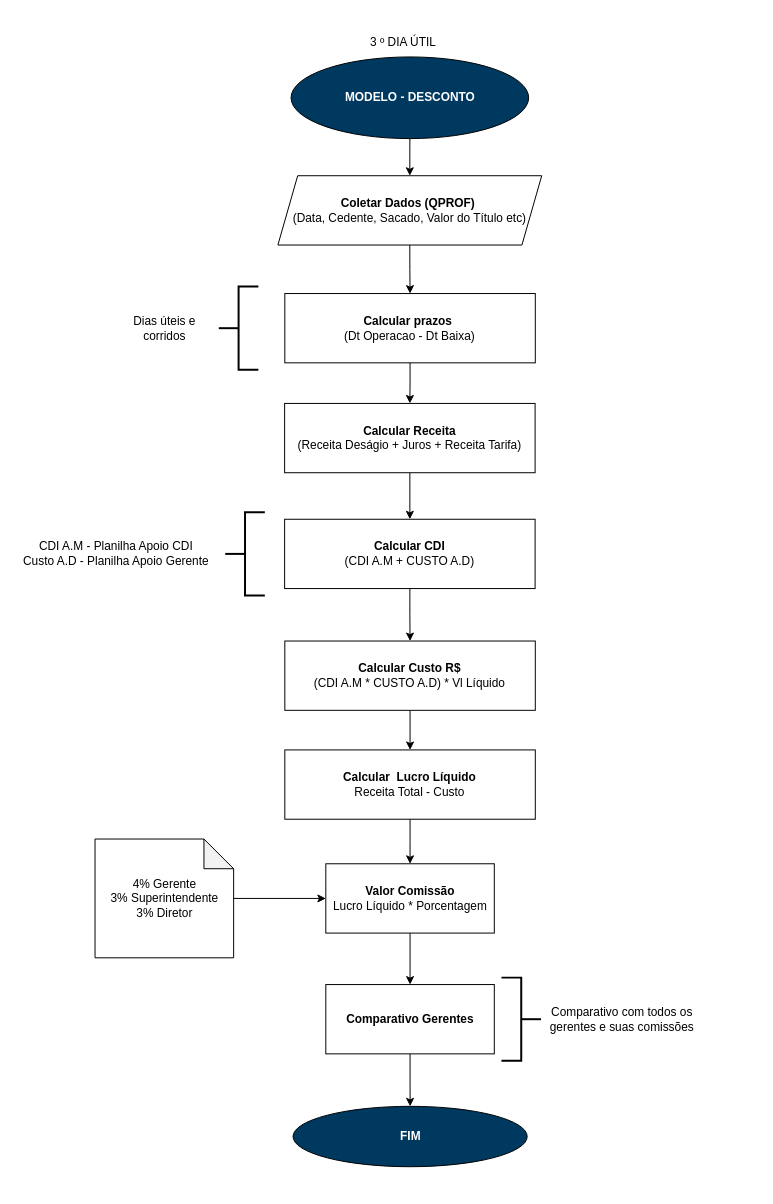
The draw.io diagram page "Desconto" (1 of 4) of FLUXOGRAMAS.drawio in henriquelima0/exercicios-fiap, before the edit. Source tidied: cells renumbered, new cells numbered last; positions are measured from the earlier drawing's top-left corner, leaving out a move shared by most shapes. Both pictures are drawn from the tidied source at 99%, with x=0, y=0 at pixel (17, 17).
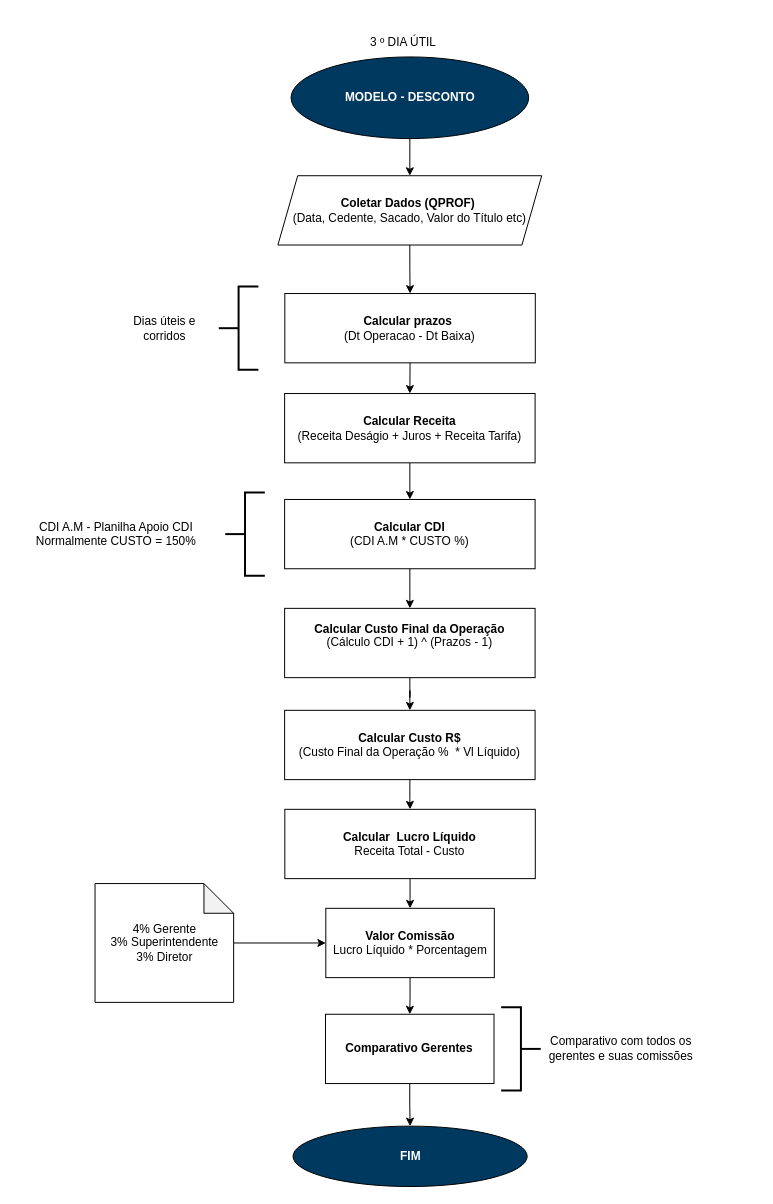
The same diagram, later.

What changed in the source:
```diff
@@
     <mxCell id="6" value="&lt;b&gt;Calcular Receita&lt;/b&gt;&lt;br&gt;(Receita Deságio + Juros + Receita Tarifa)" style="rounded=0;whiteSpace=wrap;html=1;" parent="1" vertex="1">
-      <mxGeometry x="270" y="390" width="253" height="70" as="geometry" />
+      <mxGeometry x="270" y="380" width="253" height="70" as="geometry" />
     </mxCell>
@@
-    <mxCell id="13" style="edgeStyle=orthogonalEdgeStyle;rounded=0;jettySize=auto;html=1;exitX=0.5;exitY=1;exitDx=0;exitDy=0;entryX=0.5;entryY=0;entryDx=0;entryDy=0;" parent="1" edge="1" source="29" target="15">
-      <mxGeometry relative="1" as="geometry" />
-    </mxCell>
@@
-    <mxCell id="15" value="&lt;div&gt;&lt;b&gt;Calcular Custo R$&lt;/b&gt;&lt;br&gt;(CDI A.M * CUSTO A.D) * Vl Líquido&lt;/div&gt;" style="rounded=0;whiteSpace=wrap;html=1;" parent="1" vertex="1">
-      <mxGeometry x="270.2" y="630" width="253" height="70" as="geometry" />
+    <mxCell id="15" value="&lt;div&gt;&lt;b&gt;Calcular Custo R$&lt;/b&gt;&lt;br&gt;(Custo Final da Operação %&amp;nbsp; * Vl Líquido)&lt;/div&gt;" style="rounded=0;whiteSpace=wrap;html=1;" parent="1" vertex="1">
+      <mxGeometry x="270" y="700" width="253" height="70" as="geometry" />
     </mxCell>
@@
     <mxCell id="19" value="&lt;b&gt;Calcular&amp;nbsp;&amp;nbsp;&lt;/b&gt;&lt;b&gt;Lucro Líquido&lt;br&gt;&lt;/b&gt;Receita Total -&amp;nbsp;&lt;span style=&quot;background-color: initial;&quot;&gt;Custo&lt;/span&gt;" style="rounded=0;whiteSpace=wrap;html=1;" parent="1" vertex="1">
-      <mxGeometry x="270.2" y="740" width="253" height="70" as="geometry" />
+      <mxGeometry x="270.2" y="800" width="253" height="70" as="geometry" />
     </mxCell>
@@
     <mxCell id="21" value="&lt;b&gt;Valor Comissão&lt;br&gt;&lt;/b&gt;Lucro Líquido * Porcentagem" style="rounded=0;whiteSpace=wrap;html=1;" parent="1" vertex="1">
-      <mxGeometry x="311.6" y="855" width="170.2" height="70" as="geometry" />
+      <mxGeometry x="311.6" y="900" width="170.2" height="70" as="geometry" />
     </mxCell>
     <mxCell id="22" value="&lt;b&gt;&lt;font color=&quot;#ffffff&quot;&gt;FIM&lt;/font&gt;&lt;/b&gt;" style="ellipse;whiteSpace=wrap;html=1;fillColor=#003960;" parent="1" vertex="1">
-      <mxGeometry x="278.5" y="1100" width="236.5" height="61" as="geometry" />
+      <mxGeometry x="278.5" y="1120" width="236.5" height="61" as="geometry" />
     </mxCell>
@@
     <mxCell id="25" value="&lt;div&gt;4% Gerente&lt;br&gt;3% Superintendente&lt;/div&gt;3% Diretor" style="shape=note;whiteSpace=wrap;html=1;backgroundOutline=1;darkOpacity=0.05;" parent="1" vertex="1">
-      <mxGeometry x="78.5" y="830" width="140" height="120" as="geometry" />
+      <mxGeometry x="78.5" y="875" width="140" height="120" as="geometry" />
     </mxCell>
     <mxCell id="26" style="group;" parent="1" vertex="1">
-      <mxGeometry y="500" width="523" height="84" as="geometry" />
+      <mxGeometry y="480" width="523" height="84" as="geometry" />
     </mxCell>
-    <mxCell id="27" value="CDI A.M - Planilha Apoio CDI&lt;div&gt;Custo A.D - Planilha Apoio Gerente&lt;/div&gt;" style="text;html=1;align=center;verticalAlign=middle;whiteSpace=wrap;rounded=0;" parent="26" vertex="1">
+    <mxCell id="27" value="CDI A.M - Planilha Apoio CDI&lt;div&gt;Normalmente CUSTO = 150%&lt;/div&gt;" style="text;html=1;align=center;verticalAlign=middle;whiteSpace=wrap;rounded=0;" parent="26" vertex="1">
       <mxGeometry y="24" width="200" height="36" as="geometry" />
     </mxCell>
@@
-    <mxCell id="29" value="&lt;b&gt;Calcular CDI&lt;br&gt;&lt;/b&gt;(CDI A.M + CUSTO A.D)" style="rounded=0;whiteSpace=wrap;html=1;" parent="26" vertex="1">
+    <mxCell id="29" value="&lt;b&gt;Calcular CDI&lt;br&gt;&lt;/b&gt;(CDI A.M * CUSTO %)" style="rounded=0;whiteSpace=wrap;html=1;" parent="26" vertex="1">
       <mxGeometry x="270" y="7" width="253" height="70" as="geometry" />
     </mxCell>
     <mxCell id="30" style="group;" parent="1" vertex="1">
-      <mxGeometry x="311.6" y="970" width="394.1" height="84" as="geometry" />
+      <mxGeometry x="311.3" y="1000" width="394.1" height="84" as="geometry" />
     </mxCell>
@@
+    <mxCell id="34" style="edgeStyle=orthogonalEdgeStyle;rounded=0;jettySize=auto;html=1;" parent="1" edge="1" source="37" target="15">
+      <mxGeometry relative="1" as="geometry" />
+    </mxCell>
+    <mxCell id="35" style="edgeStyle=orthogonalEdgeStyle;rounded=0;jettySize=auto;html=1;" parent="1" edge="1" source="29" target="37">
+      <mxGeometry relative="1" as="geometry" />
+    </mxCell>
+    <mxCell id="36" style="group;" parent="1" vertex="1">
+      <mxGeometry x="270" y="590" width="476.7" height="84" as="geometry" />
+    </mxCell>
+    <mxCell id="37" value="&lt;b&gt;Calcular&amp;nbsp;&lt;/b&gt;&lt;b&gt;Custo Final da Operação&lt;br&gt;&lt;/b&gt;(Cálculo CDI + 1) ^ (Prazos - 1)&lt;br&gt;&lt;div&gt;&lt;br&gt;&lt;/div&gt;" style="rounded=0;whiteSpace=wrap;html=1;" parent="36" vertex="1">
+      <mxGeometry y="7" width="253" height="70" as="geometry" />
+    </mxCell>
```
